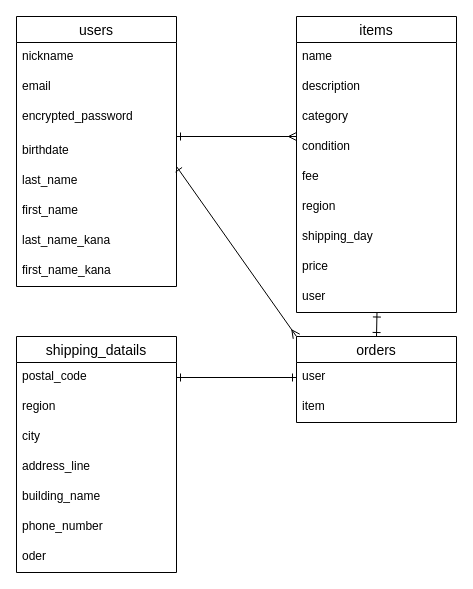
Above: er.dio in yyyukina/furima-39582 (draw.io), before the change. Source tidied: cells renumbered, new cells numbered last; positions are measured from the earlier drawing's top-left corner, leaving out a move shared by most shapes. Both pictures are drawn from the tidied source at 100%, with x=0, y=0 at pixel (16, 16).
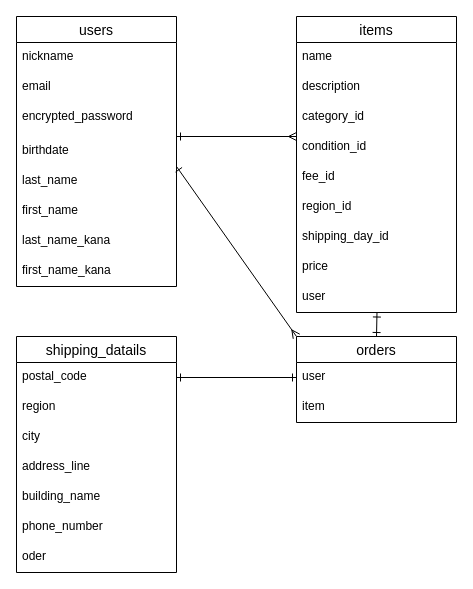
After the change.

Commit message (it also covers changes not shown here):
テーブル設計修正２回目

Unchanged cells that the change refers to:
```xml
<mxCell id="11" value="items" style="swimlane;fontStyle=0;horizontal=1;startSize=26;align=center;fontSize=14;" parent="1" vertex="1">
  <mxGeometry x="280" width="160" height="296" as="geometry" />
</mxCell>
```

What changed in the source:
```diff
@@
-    <mxCell id="14" value="category" style="text;strokeColor=none;fillColor=none;spacingLeft=4;spacingRight=4;overflow=hidden;fontSize=12;" parent="11" vertex="1">
+    <mxCell id="14" value="category_id" style="text;strokeColor=none;fillColor=none;spacingLeft=4;spacingRight=4;overflow=hidden;fontSize=12;" parent="11" vertex="1">
       <mxGeometry y="86" width="160" height="30" as="geometry" />
     </mxCell>
-    <mxCell id="15" value="condition" style="text;strokeColor=none;fillColor=none;spacingLeft=4;spacingRight=4;overflow=hidden;fontSize=12;" parent="11" vertex="1">
+    <mxCell id="15" value="condition_id" style="text;strokeColor=none;fillColor=none;spacingLeft=4;spacingRight=4;overflow=hidden;fontSize=12;" parent="11" vertex="1">
       <mxGeometry y="116" width="160" height="30" as="geometry" />
     </mxCell>
-    <mxCell id="16" value="fee" style="text;strokeColor=none;fillColor=none;spacingLeft=4;spacingRight=4;overflow=hidden;fontSize=12;" parent="11" vertex="1">
+    <mxCell id="16" value="fee_id" style="text;strokeColor=none;fillColor=none;spacingLeft=4;spacingRight=4;overflow=hidden;fontSize=12;" parent="11" vertex="1">
       <mxGeometry y="146" width="160" height="30" as="geometry" />
     </mxCell>
-    <mxCell id="17" value="region" style="text;strokeColor=none;fillColor=none;spacingLeft=4;spacingRight=4;overflow=hidden;fontSize=12;" parent="11" vertex="1">
+    <mxCell id="17" value="region_id" style="text;strokeColor=none;fillColor=none;spacingLeft=4;spacingRight=4;overflow=hidden;fontSize=12;" parent="11" vertex="1">
       <mxGeometry y="176" width="160" height="30" as="geometry" />
     </mxCell>
-    <mxCell id="18" value="shipping_day" style="text;strokeColor=none;fillColor=none;spacingLeft=4;spacingRight=4;overflow=hidden;fontSize=12;" parent="11" vertex="1">
+    <mxCell id="18" value="shipping_day_id" style="text;strokeColor=none;fillColor=none;spacingLeft=4;spacingRight=4;overflow=hidden;fontSize=12;" parent="11" vertex="1">
       <mxGeometry y="206" width="160" height="30" as="geometry" />
     </mxCell>
```
